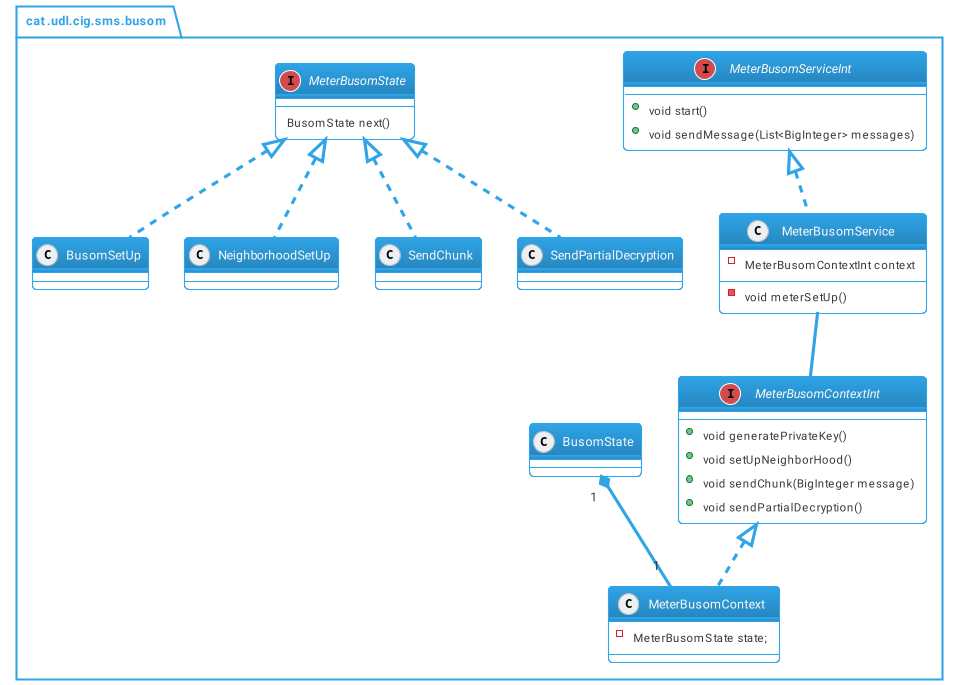
Before: classes/busomprot.png, a diagram exported from PlantUML (Oriolac/tfg).
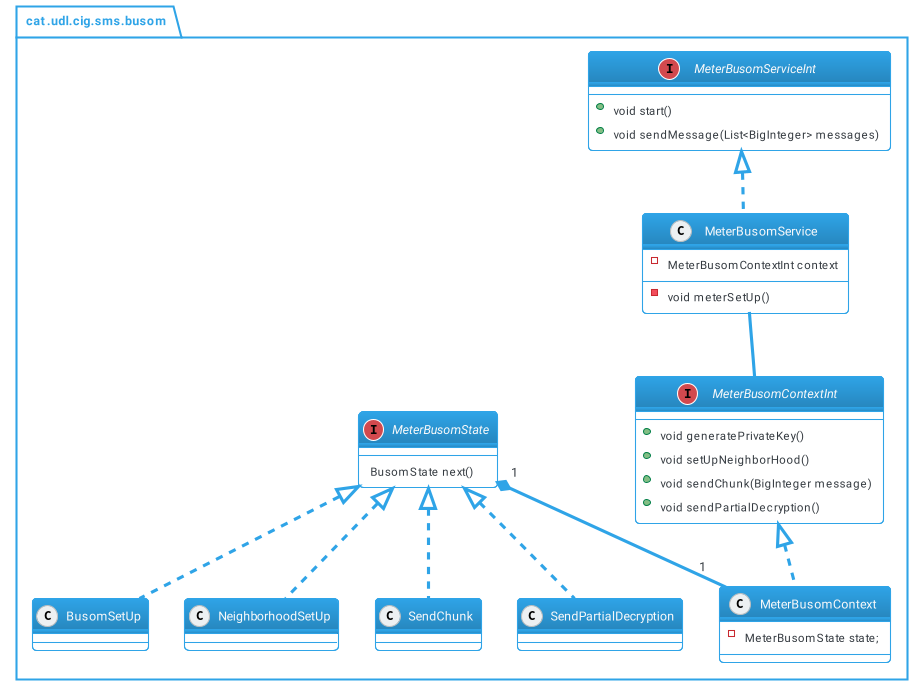
After the change.

What changed in the source:
```diff
@@ -11,7 +11,7 @@
     - void meterSetUp()
 }
 MeterBusomService -- MeterBusomContextInt
-BusomState "1" *-- "1" MeterBusomContext
+MeterBusomState "1" *-- "1" MeterBusomContext
 interface MeterBusomContextInt {
     + void generatePrivateKey()
     + void setUpNeighborHood()
```
